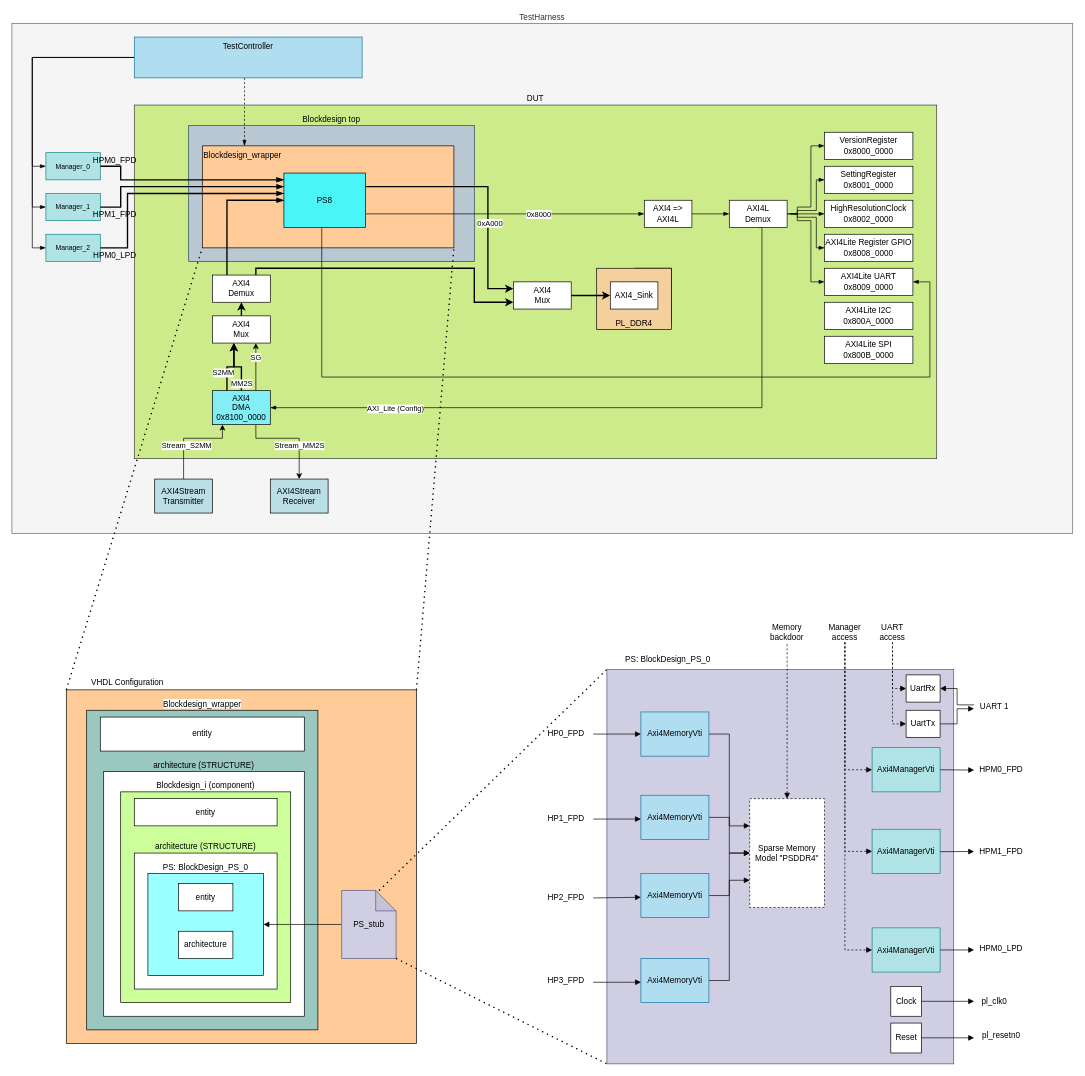
This is page "Testbench" (1 of 2) of doc/diagrams/BlockDiagrams.drawio from Paebbels/BigDesign, a draw.io file, before an edit. Source tidied: cells renumbered, new cells numbered last; positions are measured from the earlier drawing's top-left corner, leaving out a move shared by most shapes. Both pictures are drawn from the tidied source at 68%, with x=0, y=0 at pixel (12, 23).
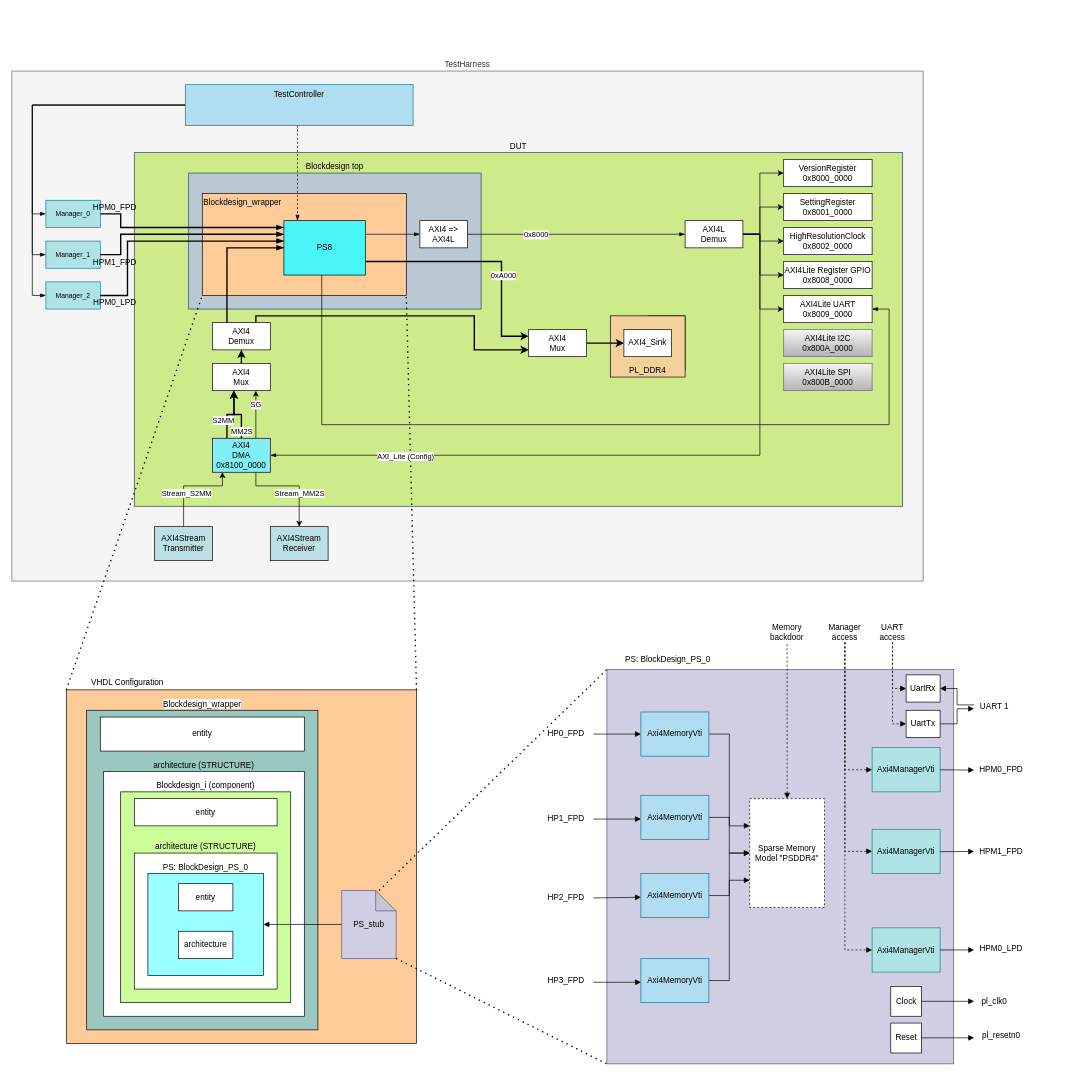
After the change.

What changed in the source:
```diff
@@
     <mxCell id="3" value="TestHarness" style="rounded=0;whiteSpace=wrap;html=1;labelPosition=center;verticalLabelPosition=top;align=center;verticalAlign=bottom;fillColor=#f5f5f5;fontColor=#333333;strokeColor=#666666;" parent="1" vertex="1">
-      <mxGeometry width="1560" height="750" as="geometry" />
+      <mxGeometry y="70" width="1340" height="750" as="geometry" />
     </mxCell>
     <mxCell id="4" value="DUT" style="rounded=0;whiteSpace=wrap;html=1;labelPosition=center;verticalLabelPosition=top;align=center;verticalAlign=bottom;fillColor=#cdeb8b;strokeColor=#36393d;" parent="1" vertex="1">
-      <mxGeometry x="180" y="120" width="1180" height="520" as="geometry" />
+      <mxGeometry x="180" y="190" width="1130" height="520" as="geometry" />
     </mxCell>
     <mxCell id="5" value="Blockdesign top" style="rounded=0;whiteSpace=wrap;html=1;labelPosition=center;verticalLabelPosition=top;align=center;verticalAlign=bottom;fillColor=#bac8d3;strokeColor=#23445d;" parent="1" vertex="1">
-      <mxGeometry x="260" y="150" width="420" height="200" as="geometry" />
+      <mxGeometry x="260" y="220" width="430" height="200" as="geometry" />
     </mxCell>
@@
     <mxCell id="7" value="AXI4 =&amp;gt;&lt;br&gt;AXI4L" style="rounded=0;whiteSpace=wrap;html=1;" parent="1" vertex="1">
-      <mxGeometry x="930" y="260" width="70" height="40" as="geometry" />
+      <mxGeometry x="600" y="290" width="70" height="40" as="geometry" />
     </mxCell>
@@
     <mxCell id="11" value="TestController" style="rounded=0;whiteSpace=wrap;html=1;labelPosition=center;verticalLabelPosition=middle;align=center;verticalAlign=top;fillColor=#b1ddf0;strokeColor=#10739e;" parent="1" vertex="1">
-      <mxGeometry x="180" y="20" width="335" height="60" as="geometry" />
+      <mxGeometry x="255" y="90" width="335" height="60" as="geometry" />
     </mxCell>
     <mxCell id="12" value="Manager_0" style="rounded=0;whiteSpace=wrap;html=1;fillColor=#b0e3e6;fontSize=10;fontStyle=0;labelPosition=center;verticalLabelPosition=middle;align=center;verticalAlign=middle;strokeColor=#0e8088;" parent="1" vertex="1">
-      <mxGeometry x="50" y="190" width="80" height="40" as="geometry" />
+      <mxGeometry x="50" y="260" width="80" height="40" as="geometry" />
     </mxCell>
     <mxCell id="13" value="Manager_1" style="rounded=0;whiteSpace=wrap;html=1;fillColor=#b0e3e6;fontSize=10;fontStyle=0;labelPosition=center;verticalLabelPosition=middle;align=center;verticalAlign=middle;strokeColor=#0e8088;" parent="1" vertex="1">
-      <mxGeometry x="50" y="250" width="80" height="40" as="geometry" />
+      <mxGeometry x="50" y="320" width="80" height="40" as="geometry" />
     </mxCell>
     <mxCell id="14" value="Manager_2" style="rounded=0;whiteSpace=wrap;html=1;fillColor=#b0e3e6;fontSize=10;fontStyle=0;labelPosition=center;verticalLabelPosition=middle;align=center;verticalAlign=middle;strokeColor=#0e8088;" parent="1" vertex="1">
-      <mxGeometry x="50" y="310" width="80" height="40" as="geometry" />
+      <mxGeometry x="50" y="380" width="80" height="40" as="geometry" />
     </mxCell>
@@
     <mxCell id="79" value="VersionRegister&lt;br&gt;0x8000_0000" style="rounded=0;whiteSpace=wrap;html=1;" parent="1" vertex="1">
-      <mxGeometry x="1195" y="160" width="130" height="40" as="geometry" />
+      <mxGeometry x="1135" y="200" width="130" height="40" as="geometry" />
     </mxCell>
     <mxCell id="80" value="SettingRegister&lt;div&gt;0x8001_0000&lt;/div&gt;" style="rounded=0;whiteSpace=wrap;html=1;" parent="1" vertex="1">
-      <mxGeometry x="1195" y="210" width="130" height="40" as="geometry" />
+      <mxGeometry x="1135" y="250" width="130" height="40" as="geometry" />
     </mxCell>
     <mxCell id="81" value="HighResolutionClock&lt;br&gt;0x8002_0000" style="rounded=0;whiteSpace=wrap;html=1;" parent="1" vertex="1">
-      <mxGeometry x="1195" y="260" width="130" height="40" as="geometry" />
+      <mxGeometry x="1135" y="300" width="130" height="40" as="geometry" />
     </mxCell>
     <mxCell id="82" value="AXI4Lite Register GPIO&lt;br&gt;0x8008_0000" style="rounded=0;whiteSpace=wrap;html=1;" parent="1" vertex="1">
-      <mxGeometry x="1195" y="310" width="130" height="40" as="geometry" />
+      <mxGeometry x="1135" y="350" width="130" height="40" as="geometry" />
     </mxCell>
     <mxCell id="83" value="AXI4Lite UART&lt;br&gt;0x8009_0000" style="rounded=0;whiteSpace=wrap;html=1;" parent="1" vertex="1">
-      <mxGeometry x="1195" y="360" width="130" height="40" as="geometry" />
+      <mxGeometry x="1135" y="400" width="130" height="40" as="geometry" />
     </mxCell>
-    <mxCell id="84" style="edgeStyle=orthogonalEdgeStyle;rounded=0;jettySize=auto;html=1;exitX=1;exitY=0.5;exitDx=0;exitDy=0;entryX=0;entryY=0.5;entryDx=0;entryDy=0;endArrow=blockThin;endFill=1;" parent="1" edge="1" target="79">
-      <mxGeometry relative="1" as="geometry">
-        <mxPoint x="1145" y="280" as="sourcePoint" />
-        <Array as="points">
-          <mxPoint x="1155" y="280" />
-          <mxPoint x="1155" y="270" />
-          <mxPoint x="1175" y="270" />
-          <mxPoint x="1175" y="180" />
-        </Array>
-      </mxGeometry>
-    </mxCell>
-    <mxCell id="85" style="edgeStyle=orthogonalEdgeStyle;rounded=0;jettySize=auto;html=1;exitX=1;exitY=0.5;exitDx=0;exitDy=0;entryX=0;entryY=0.5;entryDx=0;entryDy=0;endArrow=blockThin;endFill=1;" parent="1" edge="1" target="80">
-      <mxGeometry relative="1" as="geometry">
-        <mxPoint x="1145" y="280" as="sourcePoint" />
-        <Array as="points">
-          <mxPoint x="1155" y="280" />
-          <mxPoint x="1155" y="275" />
-          <mxPoint x="1183" y="275" />
-          <mxPoint x="1183" y="230" />
-        </Array>
-      </mxGeometry>
-    </mxCell>
-    <mxCell id="86" style="edgeStyle=orthogonalEdgeStyle;rounded=0;jettySize=auto;html=1;exitX=1;exitY=0.5;exitDx=0;exitDy=0;entryX=0;entryY=0.5;entryDx=0;entryDy=0;endArrow=blockThin;endFill=1;" parent="1" edge="1" source="130" target="81">
-      <mxGeometry relative="1" as="geometry" />
-    </mxCell>
-    <mxCell id="87" style="edgeStyle=orthogonalEdgeStyle;rounded=0;jettySize=auto;html=1;exitX=1;exitY=0.5;exitDx=0;exitDy=0;entryX=0;entryY=0.5;entryDx=0;entryDy=0;endArrow=blockThin;endFill=1;" parent="1" edge="1" target="82">
-      <mxGeometry relative="1" as="geometry">
-        <mxPoint x="1145" y="280" as="sourcePoint" />
-        <Array as="points">
-          <mxPoint x="1155" y="280" />
-          <mxPoint x="1155" y="285" />
-          <mxPoint x="1183" y="285" />
-          <mxPoint x="1183" y="330" />
-        </Array>
-      </mxGeometry>
-    </mxCell>
-    <mxCell id="88" style="edgeStyle=orthogonalEdgeStyle;rounded=0;jettySize=auto;html=1;exitX=1;exitY=0.5;exitDx=0;exitDy=0;entryX=0;entryY=0.5;entryDx=0;entryDy=0;endArrow=blockThin;endFill=1;" parent="1" edge="1" source="130" target="83">
-      <mxGeometry relative="1" as="geometry">
-        <Array as="points">
-          <mxPoint x="1155" y="280" />
-          <mxPoint x="1155" y="290" />
-          <mxPoint x="1175" y="290" />
-          <mxPoint x="1175" y="380" />
-        </Array>
-      </mxGeometry>
-    </mxCell>
-    <mxCell id="89" style="edgeStyle=orthogonalEdgeStyle;rounded=0;jettySize=auto;html=1;exitX=0.5;exitY=1;exitDx=0;exitDy=0;entryX=1;entryY=0.5;entryDx=0;entryDy=0;endArrow=blockThin;endFill=1;" parent="1" edge="1" source="130" target="101">
+    <mxCell id="89" style="edgeStyle=orthogonalEdgeStyle;rounded=0;jettySize=auto;html=1;exitX=1;exitY=0.5;exitDx=0;exitDy=0;entryX=1;entryY=0.5;entryDx=0;entryDy=0;endArrow=blockThin;endFill=1;" parent="1" edge="1" source="130" target="101">
       <mxGeometry relative="1" as="geometry">
         <Array as="points">
-          <mxPoint x="1103" y="565" />
+          <mxPoint x="1100" y="310" />
+          <mxPoint x="1100" y="635" />
         </Array>
       </mxGeometry>
     </mxCell>
@@
-    <mxCell id="92" style="edgeStyle=orthogonalEdgeStyle;rounded=0;orthogonalLoop=1;jettySize=auto;html=1;exitX=0.5;exitY=0;exitDx=0;exitDy=0;endArrow=blockThin;endFill=1;" parent="1" edge="1">
-      <mxGeometry relative="1" as="geometry">
-        <mxPoint x="595" y="320" as="sourcePoint" />
-        <mxPoint x="595" y="240" as="targetPoint" />
-      </mxGeometry>
-    </mxCell>
     <mxCell id="93" style="edgeStyle=orthogonalEdgeStyle;rounded=0;jettySize=auto;html=1;exitX=0.75;exitY=1;exitDx=0;exitDy=0;entryX=0.5;entryY=0;entryDx=0;entryDy=0;" parent="1" edge="1" source="101" target="122">
       <mxGeometry relative="1" as="geometry">
         <Array as="points">
-          <mxPoint x="359" y="610" />
-          <mxPoint x="423" y="610" />
+          <mxPoint x="359" y="680" />
+          <mxPoint x="423" y="680" />
         </Array>
       </mxGeometry>
     </mxCell>
@@
     <mxCell id="101" value="AXI4&lt;br&gt;DMA&lt;div&gt;0x8100_0000&lt;/div&gt;" style="rounded=0;whiteSpace=wrap;html=1;fillColor=light-dark(#82eef5, #ededed);" parent="1" vertex="1">
-      <mxGeometry x="295" y="540" width="85" height="50" as="geometry" />
+      <mxGeometry x="295" y="610" width="85" height="50" as="geometry" />
     </mxCell>
-    <mxCell id="102" value="AXI4Lite I2C&lt;div&gt;0x800A_0000&lt;/div&gt;" style="rounded=0;whiteSpace=wrap;html=1;" parent="1" vertex="1">
-      <mxGeometry x="1195" y="410" width="130" height="40" as="geometry" />
+    <mxCell id="102" value="AXI4Lite I2C&lt;div&gt;0x800A_0000&lt;/div&gt;" style="rounded=0;whiteSpace=wrap;html=1;fillColor=#f5f5f5;strokeColor=#666666;gradientColor=#b3b3b3;" parent="1" vertex="1">
+      <mxGeometry x="1135" y="450" width="130" height="40" as="geometry" />
     </mxCell>
-    <mxCell id="103" value="AXI4Lite SPI&lt;br&gt;0x800B_0000" style="rounded=0;whiteSpace=wrap;html=1;" parent="1" vertex="1">
-      <mxGeometry x="1195" y="460" width="130" height="40" as="geometry" />
+    <mxCell id="103" value="AXI4Lite SPI&lt;br&gt;0x800B_0000" style="rounded=0;whiteSpace=wrap;html=1;fillColor=#f5f5f5;gradientColor=#b3b3b3;strokeColor=#666666;" parent="1" vertex="1">
+      <mxGeometry x="1135" y="500" width="130" height="40" as="geometry" />
     </mxCell>
     <mxCell id="104" value="Blockdesign_wrapper" style="rounded=0;whiteSpace=wrap;html=1;fillColor=#FFCC99;verticalAlign=top;align=left;" parent="1" vertex="1">
-      <mxGeometry x="280" y="180" width="370" height="150" as="geometry" />
+      <mxGeometry x="280" y="250" width="300" height="150" as="geometry" />
     </mxCell>
-    <mxCell id="105" style="edgeStyle=orthogonalEdgeStyle;rounded=0;jettySize=auto;html=1;exitX=1;exitY=0.25;exitDx=0;exitDy=0;entryX=0;entryY=0.25;entryDx=0;entryDy=0;strokeWidth=2;" parent="1" edge="1" source="107" target="129">
+    <mxCell id="105" style="edgeStyle=orthogonalEdgeStyle;rounded=0;jettySize=auto;html=1;exitX=1;exitY=0.75;exitDx=0;exitDy=0;entryX=0;entryY=0.25;entryDx=0;entryDy=0;strokeWidth=2;" parent="1" edge="1" source="107" target="129">
       <mxGeometry relative="1" as="geometry">
         <Array as="points">
-          <mxPoint x="700" y="240" />
-          <mxPoint x="700" y="390" />
+          <mxPoint x="720" y="350" />
+          <mxPoint x="720" y="460" />
         </Array>
       </mxGeometry>
     </mxCell>
@@
     <mxCell id="107" value="PS8" style="rounded=0;whiteSpace=wrap;html=1;fillColor=light-dark(#4af5f7, #ededed);" parent="1" vertex="1">
-      <mxGeometry x="400" y="220" width="120" height="80" as="geometry" />
+      <mxGeometry x="400" y="290" width="120" height="80" as="geometry" />
     </mxCell>
     <mxCell id="108" style="edgeStyle=orthogonalEdgeStyle;rounded=0;jettySize=auto;html=1;exitX=1;exitY=0.5;exitDx=0;exitDy=0;endArrow=blockThin;endFill=1;strokeWidth=2;" parent="1" edge="1" source="14">
       <mxGeometry relative="1" as="geometry">
-        <mxPoint x="400" y="250" as="targetPoint" />
+        <mxPoint x="400" y="320" as="targetPoint" />
         <Array as="points">
-          <mxPoint x="170" y="330" />
-          <mxPoint x="170" y="250" />
-          <mxPoint x="400" y="250" />
+          <mxPoint x="170" y="400" />
+          <mxPoint x="170" y="320" />
+          <mxPoint x="400" y="320" />
         </Array>
       </mxGeometry>
     </mxCell>
@@
     <mxCell id="110" style="edgeStyle=orthogonalEdgeStyle;rounded=0;jettySize=auto;html=1;exitX=1;exitY=0.5;exitDx=0;exitDy=0;endArrow=blockThin;endFill=1;strokeWidth=2;" parent="1" edge="1" source="12">
       <mxGeometry relative="1" as="geometry">
-        <mxPoint x="400" y="230" as="targetPoint" />
+        <mxPoint x="400" y="300" as="targetPoint" />
         <Array as="points">
-          <mxPoint x="160" y="210" />
-          <mxPoint x="160" y="230" />
-          <mxPoint x="400" y="230" />
+          <mxPoint x="160" y="280" />
+          <mxPoint x="160" y="300" />
+          <mxPoint x="400" y="300" />
         </Array>
       </mxGeometry>
     </mxCell>
@@
     <mxCell id="112" style="edgeStyle=orthogonalEdgeStyle;rounded=0;jettySize=auto;html=1;exitX=1;exitY=0.5;exitDx=0;exitDy=0;endArrow=blockThin;endFill=1;entryX=0;entryY=0.25;entryDx=0;entryDy=0;strokeWidth=2;" parent="1" edge="1" source="13" target="107">
       <mxGeometry relative="1" as="geometry">
         <Array as="points">
-          <mxPoint x="160" y="270" />
-          <mxPoint x="160" y="240" />
+          <mxPoint x="160" y="340" />
+          <mxPoint x="160" y="310" />
         </Array>
       </mxGeometry>
     </mxCell>
@@
     <mxCell id="114" style="edgeStyle=orthogonalEdgeStyle;rounded=0;jettySize=auto;html=1;exitX=0.25;exitY=0;exitDx=0;exitDy=0;endArrow=blockThin;endFill=1;strokeWidth=2;" parent="1" edge="1" source="127">
       <mxGeometry relative="1" as="geometry">
-        <mxPoint x="400" y="260" as="targetPoint" />
+        <mxPoint x="400" y="330" as="targetPoint" />
         <Array as="points">
-          <mxPoint x="316" y="260" />
+          <mxPoint x="316" y="330" />
         </Array>
       </mxGeometry>
     </mxCell>
     <mxCell id="115" style="edgeStyle=orthogonalEdgeStyle;rounded=0;jettySize=auto;html=1;exitX=0.464;exitY=1;exitDx=0;exitDy=0;entryX=1;entryY=0.5;entryDx=0;entryDy=0;endArrow=blockThin;endFill=1;exitPerimeter=0;" parent="1" edge="1" source="107" target="83">
       <mxGeometry relative="1" as="geometry">
         <Array as="points">
-          <mxPoint x="456" y="520" />
-          <mxPoint x="1350" y="520" />
-          <mxPoint x="1350" y="380" />
+          <mxPoint x="456" y="590" />
+          <mxPoint x="1290" y="590" />
+          <mxPoint x="1290" y="420" />
         </Array>
       </mxGeometry>
     </mxCell>
-    <mxCell id="116" style="edgeStyle=orthogonalEdgeStyle;rounded=0;jettySize=auto;html=1;exitX=0.484;exitY=1.004;exitDx=0;exitDy=0;endArrow=blockThin;endFill=1;dashed=1;exitPerimeter=0;" parent="1" edge="1" source="11">
+    <mxCell id="116" style="edgeStyle=orthogonalEdgeStyle;rounded=0;orthogonalLoop=1;jettySize=auto;html=1;endArrow=blockThin;endFill=1;dashed=1;" parent="1" edge="1">
       <mxGeometry relative="1" as="geometry">
-        <mxPoint x="342" y="180" as="targetPoint" />
+        <mxPoint x="420" y="150" as="sourcePoint" />
+        <mxPoint x="420" y="290" as="targetPoint" />
         <Array as="points">
-          <mxPoint x="342" y="80" />
+          <mxPoint x="420" y="150" />
+          <mxPoint x="420" y="290" />
         </Array>
       </mxGeometry>
     </mxCell>
-    <mxCell id="117" style="edgeStyle=orthogonalEdgeStyle;rounded=0;jettySize=auto;html=1;exitX=1;exitY=0.75;exitDx=0;exitDy=0;entryX=0;entryY=0.5;entryDx=0;entryDy=0;endArrow=blockThin;endFill=1;" parent="1" edge="1" source="107" target="7">
+    <mxCell id="117" style="edgeStyle=orthogonalEdgeStyle;rounded=0;jettySize=auto;html=1;exitX=1;exitY=0.25;exitDx=0;exitDy=0;entryX=0;entryY=0.5;entryDx=0;entryDy=0;endArrow=blockThin;endFill=1;" parent="1" edge="1" source="107" target="7">
       <mxGeometry relative="1" as="geometry" />
     </mxCell>
     <mxCell id="118" value="0x8000" style="edgeLabel;html=1;align=center;verticalAlign=middle;" parent="117" vertex="1">
-      <mxGeometry x="0.24" relative="1" as="geometry" />
+      <mxGeometry x="0.24" relative="1" as="geometry">
+        <mxPoint x="200" as="offset" />
+      </mxGeometry>
     </mxCell>
     <mxCell id="119" style="edgeStyle=orthogonalEdgeStyle;rounded=0;jettySize=auto;html=1;exitX=0.5;exitY=0;exitDx=0;exitDy=0;entryX=0.172;entryY=0.997;entryDx=0;entryDy=0;entryPerimeter=0;" parent="1" edge="1" source="121" target="101">
       <mxGeometry relative="1" as="geometry">
         <Array as="points">
-          <mxPoint x="253" y="610" />
-          <mxPoint x="310" y="610" />
-          <mxPoint x="310" y="590" />
+          <mxPoint x="253" y="680" />
+          <mxPoint x="310" y="680" />
+          <mxPoint x="310" y="660" />
         </Array>
       </mxGeometry>
     </mxCell>
@@
     <mxCell id="121" value="AXI4Stream&lt;br&gt;Transmitter" style="rounded=0;whiteSpace=wrap;html=1;fillColor=light-dark(#badfe4, #ededed);" parent="1" vertex="1">
-      <mxGeometry x="210" y="670" width="85" height="50" as="geometry" />
+      <mxGeometry x="210" y="740" width="85" height="50" as="geometry" />
     </mxCell>
     <mxCell id="122" value="AXI4Stream Receiver" style="rounded=0;whiteSpace=wrap;html=1;fillColor=light-dark(#badfe4, #ededed);" parent="1" vertex="1">
-      <mxGeometry x="380" y="670" width="85" height="50" as="geometry" />
+      <mxGeometry x="380" y="740" width="85" height="50" as="geometry" />
     </mxCell>
     <mxCell id="123" value="PL_DDR4" style="rounded=0;whiteSpace=wrap;html=1;fillColor=light-dark(#f4d09d, #ededed);verticalAlign=bottom;" parent="1" vertex="1">
-      <mxGeometry x="860" y="360" width="110" height="90" as="geometry" />
+      <mxGeometry x="880" y="430" width="110" height="90" as="geometry" />
     </mxCell>
     <mxCell id="124" style="edgeStyle=orthogonalEdgeStyle;rounded=0;jettySize=auto;html=1;entryX=0;entryY=0.75;entryDx=0;entryDy=0;exitX=0.75;exitY=0;exitDx=0;exitDy=0;strokeWidth=2;" parent="1" edge="1" source="127" target="129">
       <mxGeometry relative="1" as="geometry">
         <Array as="points">
-          <mxPoint x="359" y="360" />
-          <mxPoint x="680" y="360" />
-          <mxPoint x="680" y="410" />
+          <mxPoint x="359" y="430" />
+          <mxPoint x="680" y="430" />
+          <mxPoint x="680" y="480" />
         </Array>
       </mxGeometry>
     </mxCell>
@@
     <mxCell id="126" value="AXI4&lt;br&gt;Mux" style="rounded=0;whiteSpace=wrap;html=1;" parent="1" vertex="1">
-      <mxGeometry x="295" y="430" width="85" height="40" as="geometry" />
+      <mxGeometry x="295" y="500" width="85" height="40" as="geometry" />
     </mxCell>
     <mxCell id="127" value="AXI4&lt;br&gt;Demux" style="rounded=0;whiteSpace=wrap;html=1;" parent="1" vertex="1">
-      <mxGeometry x="295" y="370" width="85" height="40" as="geometry" />
+      <mxGeometry x="295" y="440" width="85" height="40" as="geometry" />
     </mxCell>
-    <mxCell id="128" style="edgeStyle=orthogonalEdgeStyle;rounded=0;jettySize=auto;html=1;exitX=1;exitY=0.5;exitDx=0;exitDy=0;entryX=0;entryY=0.5;entryDx=0;entryDy=0;strokeWidth=2;" parent="1" edge="1" source="129" target="131">
+    <mxCell id="128" style="edgeStyle=orthogonalEdgeStyle;rounded=0;jettySize=auto;html=1;exitX=1;exitY=0.5;exitDx=0;exitDy=0;entryX=0;entryY=0.5;entryDx=0;entryDy=0;strokeWidth=2;" parent="1" edge="1" target="131">
       <mxGeometry relative="1" as="geometry">
+        <mxPoint x="842.5" y="470" as="sourcePoint" />
         <Array as="points">
-          <mxPoint x="880" y="400" />
+          <mxPoint x="900" y="470" />
         </Array>
       </mxGeometry>
     </mxCell>
     <mxCell id="129" value="AXI4&lt;br&gt;Mux" style="rounded=0;whiteSpace=wrap;html=1;" parent="1" vertex="1">
-      <mxGeometry x="737.5" y="380" width="85" height="40" as="geometry" />
+      <mxGeometry x="760" y="450" width="85" height="40" as="geometry" />
     </mxCell>
+    <mxCell id="132" style="edgeStyle=orthogonalEdgeStyle;rounded=0;jettySize=auto;html=1;exitX=1;exitY=0.5;exitDx=0;exitDy=0;entryX=0;entryY=0.5;entryDx=0;entryDy=0;" parent="1" edge="1" source="130" target="79">
+      <mxGeometry relative="1" as="geometry">
+        <Array as="points">
+          <mxPoint x="1100" y="310" />
+          <mxPoint x="1100" y="220" />
+        </Array>
+      </mxGeometry>
+    </mxCell>
+    <mxCell id="133" style="edgeStyle=orthogonalEdgeStyle;rounded=0;jettySize=auto;html=1;exitX=1;exitY=0.5;exitDx=0;exitDy=0;entryX=0;entryY=0.5;entryDx=0;entryDy=0;" parent="1" edge="1" source="130" target="80">
+      <mxGeometry relative="1" as="geometry">
+        <Array as="points">
+          <mxPoint x="1100" y="310" />
+          <mxPoint x="1100" y="270" />
+        </Array>
+      </mxGeometry>
+    </mxCell>
+    <mxCell id="86" style="edgeStyle=orthogonalEdgeStyle;rounded=0;jettySize=auto;html=1;exitX=1;exitY=0.5;exitDx=0;exitDy=0;entryX=0;entryY=0.5;entryDx=0;entryDy=0;" parent="1" edge="1" source="130" target="81">
+      <mxGeometry relative="1" as="geometry">
+        <Array as="points">
+          <mxPoint x="1100" y="310" />
+          <mxPoint x="1100" y="320" />
+        </Array>
+      </mxGeometry>
+    </mxCell>
+    <mxCell id="134" style="edgeStyle=orthogonalEdgeStyle;rounded=0;jettySize=auto;html=1;exitX=1;exitY=0.5;exitDx=0;exitDy=0;entryX=0;entryY=0.5;entryDx=0;entryDy=0;" parent="1" edge="1" source="130" target="82">
+      <mxGeometry relative="1" as="geometry">
+        <Array as="points">
+          <mxPoint x="1100" y="310" />
+          <mxPoint x="1100" y="370" />
+        </Array>
+      </mxGeometry>
+    </mxCell>
+    <mxCell id="88" style="edgeStyle=orthogonalEdgeStyle;rounded=0;jettySize=auto;html=1;exitX=1;exitY=0.5;exitDx=0;exitDy=0;entryX=0;entryY=0.5;entryDx=0;entryDy=0;" parent="1" edge="1" source="130" target="83">
+      <mxGeometry relative="1" as="geometry">
+        <Array as="points">
+          <mxPoint x="1100" y="310" />
+          <mxPoint x="1100" y="420" />
+        </Array>
+      </mxGeometry>
+    </mxCell>
     <mxCell id="130" value="AXI4L&lt;br&gt;Demux" style="rounded=0;whiteSpace=wrap;html=1;" parent="1" vertex="1">
-      <mxGeometry x="1055" y="260" width="85" height="40" as="geometry" />
+      <mxGeometry x="990" y="290" width="85" height="40" as="geometry" />
     </mxCell>
     <mxCell id="131" value="AXI4_Sink" style="rounded=0;whiteSpace=wrap;html=1;" parent="1" vertex="1">
-      <mxGeometry x="880" y="380" width="70" height="40" as="geometry" />
+      <mxGeometry x="900" y="450" width="70" height="40" as="geometry" />
     </mxCell>
```
